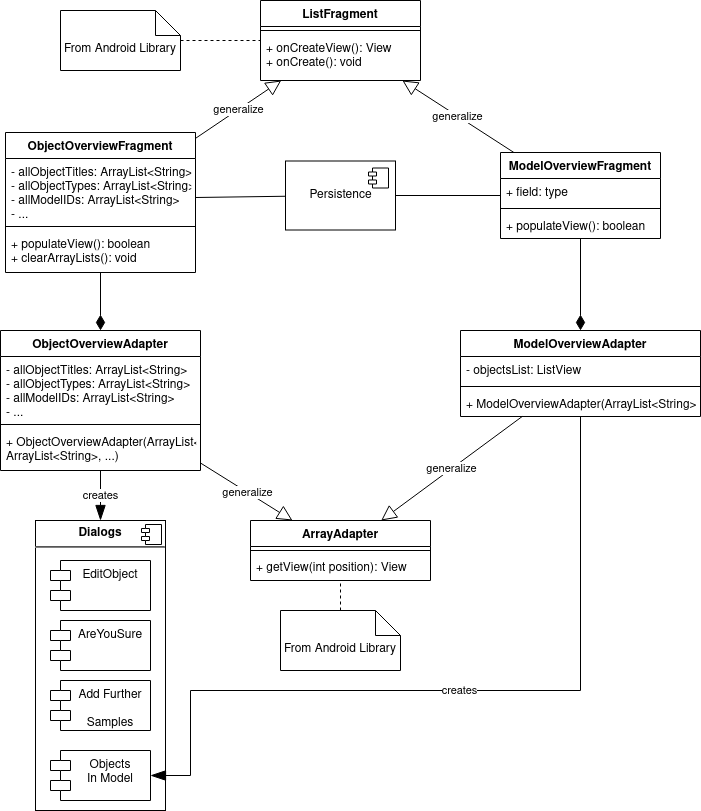
Before: Projektbericht/images/object-overview-class-diagram.png, a diagram exported from draw.io (mischlox/AR-App-Object-Recognition). Source tidied: cells renumbered, new cells last; positions are measured from the earlier drawing's top-left corner, leaving out a move shared by most shapes.
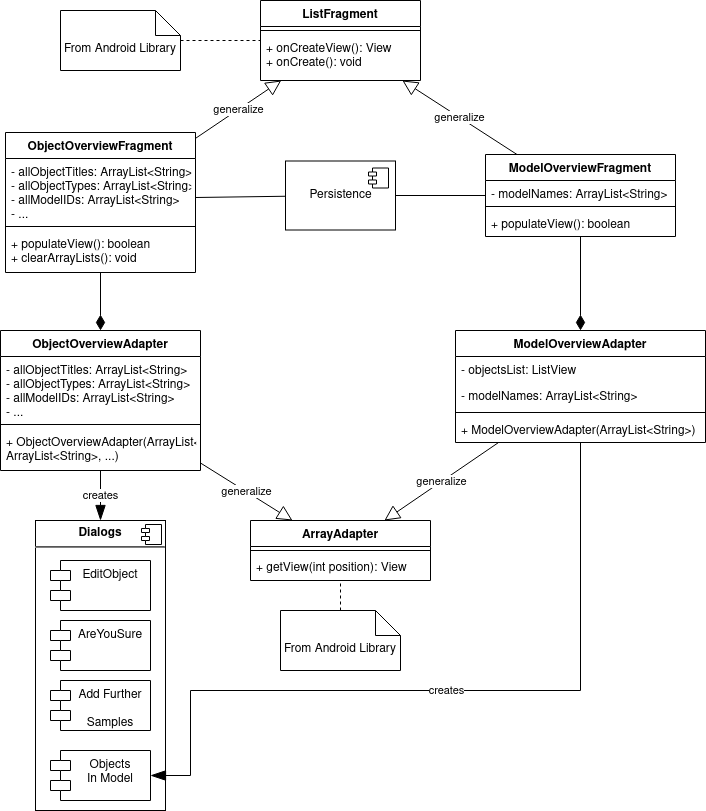
The same diagram one commit later.

What changed in the source:
```diff
@@ -18,16 +18,16 @@
       <mxGeometry relative="1" as="geometry" />
     </mxCell>
     <mxCell id="7" value="ModelOverviewFragment" style="swimlane;fontStyle=1;align=center;verticalAlign=top;horizontal=1;startSize=26;" parent="1" vertex="1">
-      <mxGeometry x="500" y="152" width="160" height="86" as="geometry" />
+      <mxGeometry x="485" y="154" width="190" height="82" as="geometry" />
     </mxCell>
-    <mxCell id="8" value="+ field: type" style="text;strokeColor=none;fillColor=none;align=left;verticalAlign=top;spacingLeft=4;spacingRight=4;overflow=hidden;" parent="7" vertex="1">
-      <mxGeometry y="26" width="160" height="26" as="geometry" />
+    <mxCell id="8" value="- modelNames: ArrayList&lt;String&gt;" style="text;strokeColor=none;fillColor=none;align=left;verticalAlign=top;spacingLeft=4;spacingRight=4;overflow=hidden;" parent="7" vertex="1">
+      <mxGeometry y="26" width="190" height="22" as="geometry" />
     </mxCell>
     <mxCell id="9" style="line;strokeWidth=1;fillColor=none;align=left;verticalAlign=middle;spacingTop=-1;spacingLeft=3;spacingRight=3;labelPosition=right;" parent="7" vertex="1">
-      <mxGeometry y="52" width="160" height="8" as="geometry" />
+      <mxGeometry y="48" width="190" height="8" as="geometry" />
     </mxCell>
     <mxCell id="10" value="+ populateView(): boolean" style="text;strokeColor=none;fillColor=none;align=left;verticalAlign=top;spacingLeft=4;spacingRight=4;overflow=hidden;" parent="7" vertex="1">
-      <mxGeometry y="60" width="160" height="26" as="geometry" />
+      <mxGeometry y="56" width="190" height="26" as="geometry" />
     </mxCell>
     <mxCell id="11" value="&lt;p style=&quot;margin: 0px ; margin-top: 6px ; text-align: center&quot;&gt;&lt;b&gt;Dialogs&lt;/b&gt;&lt;/p&gt;&lt;hr&gt;&lt;p style=&quot;margin: 0px ; margin-left: 8px&quot;&gt;&lt;br&gt;&lt;/p&gt;" style="align=left;overflow=fill;html=1;" parent="1" vertex="1">
       <mxGeometry x="35" y="520" width="130" height="290" as="geometry" />
@@ -74,16 +74,19 @@
       </mxGeometry>
     </mxCell>
     <mxCell id="23" value="ModelOverviewAdapter" style="swimlane;fontStyle=1;align=center;verticalAlign=top;horizontal=1;startSize=26;" parent="1" vertex="1">
-      <mxGeometry x="460" y="330" width="240" height="86" as="geometry" />
+      <mxGeometry x="455" y="330" width="250" height="112" as="geometry" />
     </mxCell>
     <mxCell id="24" value="- objectsList: ListView" style="text;strokeColor=none;fillColor=none;align=left;verticalAlign=top;spacingLeft=4;spacingRight=4;overflow=hidden;" parent="23" vertex="1">
-      <mxGeometry y="26" width="240" height="26" as="geometry" />
+      <mxGeometry y="26" width="250" height="26" as="geometry" />
     </mxCell>
+    <mxCell id="46" value="- modelNames: ArrayList&lt;String&gt;" style="text;strokeColor=none;fillColor=none;align=left;verticalAlign=top;spacingLeft=4;spacingRight=4;overflow=hidden;" parent="23" vertex="1">
+      <mxGeometry y="52" width="250" height="26" as="geometry" />
+    </mxCell>
     <mxCell id="25" style="line;strokeWidth=1;fillColor=none;align=left;verticalAlign=middle;spacingTop=-1;spacingLeft=3;spacingRight=3;labelPosition=right;" parent="23" vertex="1">
-      <mxGeometry y="52" width="240" height="8" as="geometry" />
+      <mxGeometry y="78" width="250" height="8" as="geometry" />
     </mxCell>
     <mxCell id="26" value="+ ModelOverviewAdapter(ArrayList&lt;String&gt;)" style="text;strokeColor=none;fillColor=none;align=left;verticalAlign=top;spacingLeft=4;spacingRight=4;overflow=hidden;" parent="23" vertex="1">
-      <mxGeometry y="60" width="240" height="26" as="geometry" />
+      <mxGeometry y="86" width="250" height="26" as="geometry" />
     </mxCell>
     <mxCell id="27" style="edgeStyle=none;rounded=0;jettySize=auto;html=1;endArrow=none;endFill=0;endSize=13;strokeWidth=1;dashed=1;" parent="1" edge="1" source="28" target="31">
       <mxGeometry relative="1" as="geometry" />
```
